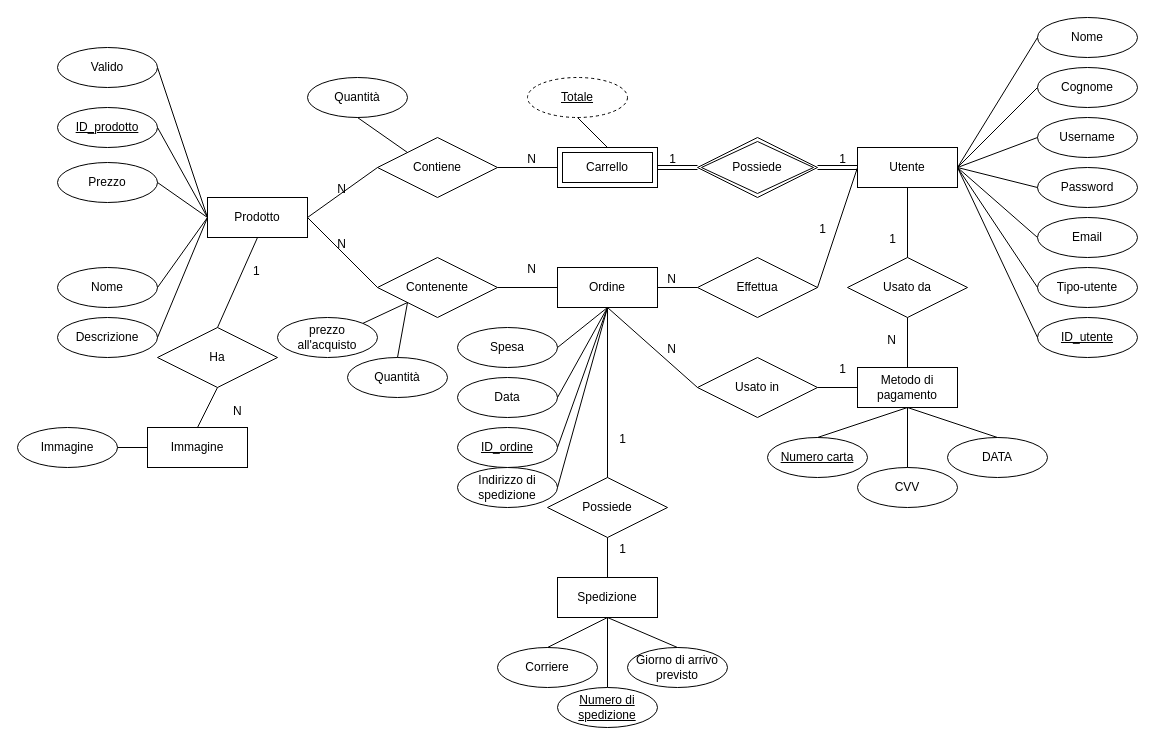
superfra01/GourmetSpices keeps this draw.io diagram as BD/GourmetSpices.drawio. Above is the earlier version. Source tidied: cells renumbered, new cells numbered last; positions are measured from the earlier drawing's top-left corner, leaving out a move shared by most shapes. Both pictures are drawn from the tidied source at 100%, with x=0, y=0 at pixel (17, 17).
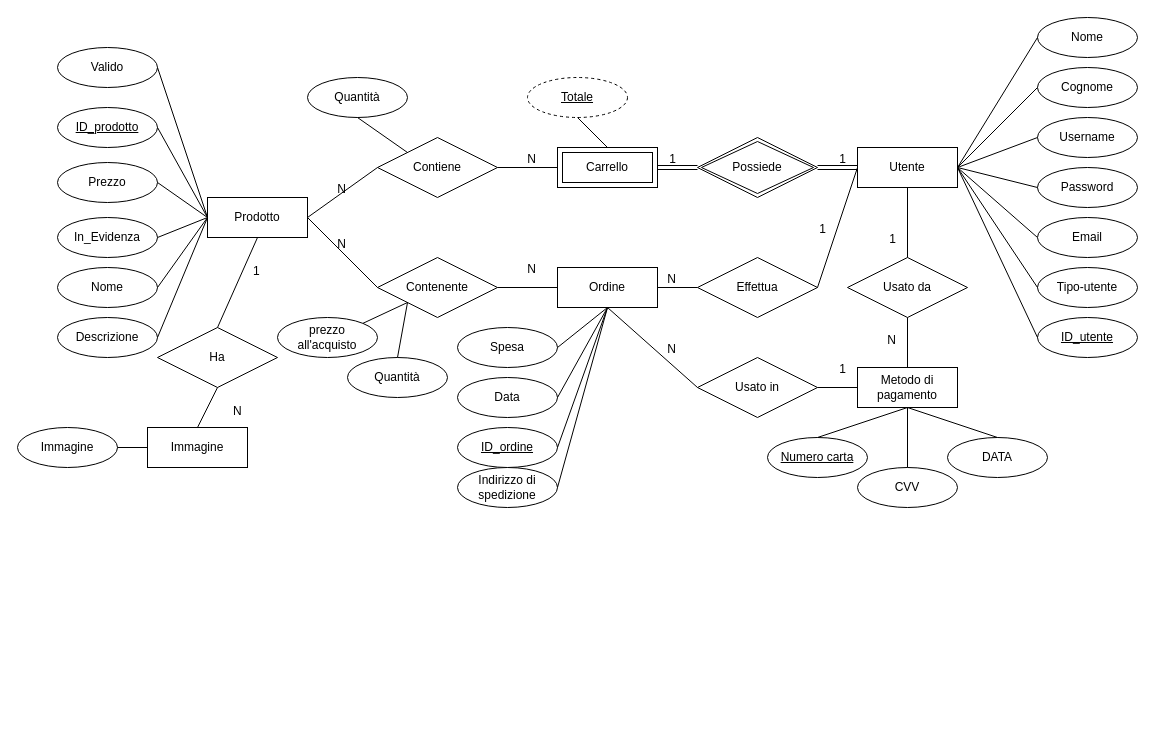
The same diagram, later.

Unchanged cells that the change refers to:
```xml
<mxCell id="14" value="Prodotto" style="whiteSpace=wrap;html=1;align=center;" parent="1" vertex="1">
  <mxGeometry x="190" y="180" width="100" height="40" as="geometry" />
</mxCell>
<mxCell id="29" value="Ordine" style="whiteSpace=wrap;html=1;align=center;" parent="1" vertex="1">
  <mxGeometry x="540" y="250" width="100" height="40" as="geometry" />
</mxCell>
```

Diff of the diagram source:
```diff
@@
-    <mxCell id="66" value="Spedizione" style="whiteSpace=wrap;html=1;align=center;" parent="1" vertex="1">
-      <mxGeometry x="540" y="560" width="100" height="40" as="geometry" />
-    </mxCell>
-    <mxCell id="67" value="Possiede" style="shape=rhombus;perimeter=rhombusPerimeter;whiteSpace=wrap;html=1;align=center;" parent="1" vertex="1">
-      <mxGeometry x="530" y="460" width="120" height="60" as="geometry" />
-    </mxCell>
-    <mxCell id="68" style="endArrow=none;html=1;rounded=0;exitX=0.5;exitY=1;exitDx=0;exitDy=0;entryX=0.5;entryY=0;entryDx=0;entryDy=0;" parent="1" edge="1" source="29" target="67">
-      <mxGeometry relative="1" as="geometry" />
-    </mxCell>
-    <mxCell id="69" value="1" style="html=1;whiteSpace=wrap;align=right;verticalAlign=bottom;" parent="68" vertex="1">
-      <mxGeometry x="1" relative="1" as="geometry">
-        <mxPoint x="20" y="-30" as="offset" />
-      </mxGeometry>
-    </mxCell>
-    <mxCell id="70" style="endArrow=none;html=1;rounded=0;exitX=0.5;exitY=1;exitDx=0;exitDy=0;entryX=0.5;entryY=0;entryDx=0;entryDy=0;" parent="1" edge="1" source="67" target="66">
-      <mxGeometry relative="1" as="geometry" />
-    </mxCell>
-    <mxCell id="71" value="1" style="html=1;whiteSpace=wrap;align=right;verticalAlign=bottom;" parent="70" vertex="1">
-      <mxGeometry x="1" relative="1" as="geometry">
-        <mxPoint x="20" y="-20" as="offset" />
-      </mxGeometry>
-    </mxCell>
-    <mxCell id="72" value="Corriere" style="ellipse;whiteSpace=wrap;html=1;align=center;" parent="1" vertex="1">
-      <mxGeometry x="480" y="630" width="100" height="40" as="geometry" />
-    </mxCell>
-    <mxCell id="73" value="Giorno di arrivo previsto" style="ellipse;whiteSpace=wrap;html=1;align=center;" parent="1" vertex="1">
-      <mxGeometry x="610" y="630" width="100" height="40" as="geometry" />
-    </mxCell>
-    <mxCell id="74" style="endArrow=none;html=1;rounded=0;exitX=0.5;exitY=1;exitDx=0;exitDy=0;entryX=0.5;entryY=0;entryDx=0;entryDy=0;" parent="1" edge="1" source="66" target="72">
-      <mxGeometry relative="1" as="geometry" />
-    </mxCell>
-    <mxCell id="75" style="endArrow=none;html=1;rounded=0;exitX=0.5;exitY=0;exitDx=0;exitDy=0;entryX=0.5;entryY=1;entryDx=0;entryDy=0;" parent="1" edge="1" source="73" target="66">
-      <mxGeometry relative="1" as="geometry" />
-    </mxCell>
-    <mxCell id="76" style="endArrow=none;html=1;rounded=0;exitX=0.5;exitY=1;exitDx=0;exitDy=0;entryX=0.5;entryY=0;entryDx=0;entryDy=0;" parent="1" edge="1" source="66" target="87">
-      <mxGeometry relative="1" as="geometry" />
-    </mxCell>
@@
-    <mxCell id="87" value="Numero di spedizione" style="ellipse;whiteSpace=wrap;html=1;align=center;fontStyle=4;" parent="1" vertex="1">
-      <mxGeometry x="540" y="670" width="100" height="40" as="geometry" />
-    </mxCell>
@@
+    <mxCell id="103" value="In_Evidenza" style="ellipse;whiteSpace=wrap;html=1;align=center;" parent="1" vertex="1">
+      <mxGeometry x="40" y="200" width="100" height="40" as="geometry" />
+    </mxCell>
+    <mxCell id="104" style="endArrow=none;html=1;rounded=0;exitX=1;exitY=0.5;exitDx=0;exitDy=0;entryX=0;entryY=0.5;entryDx=0;entryDy=0;" parent="1" edge="1" source="103" target="14">
+      <mxGeometry relative="1" as="geometry" />
+    </mxCell>
```
